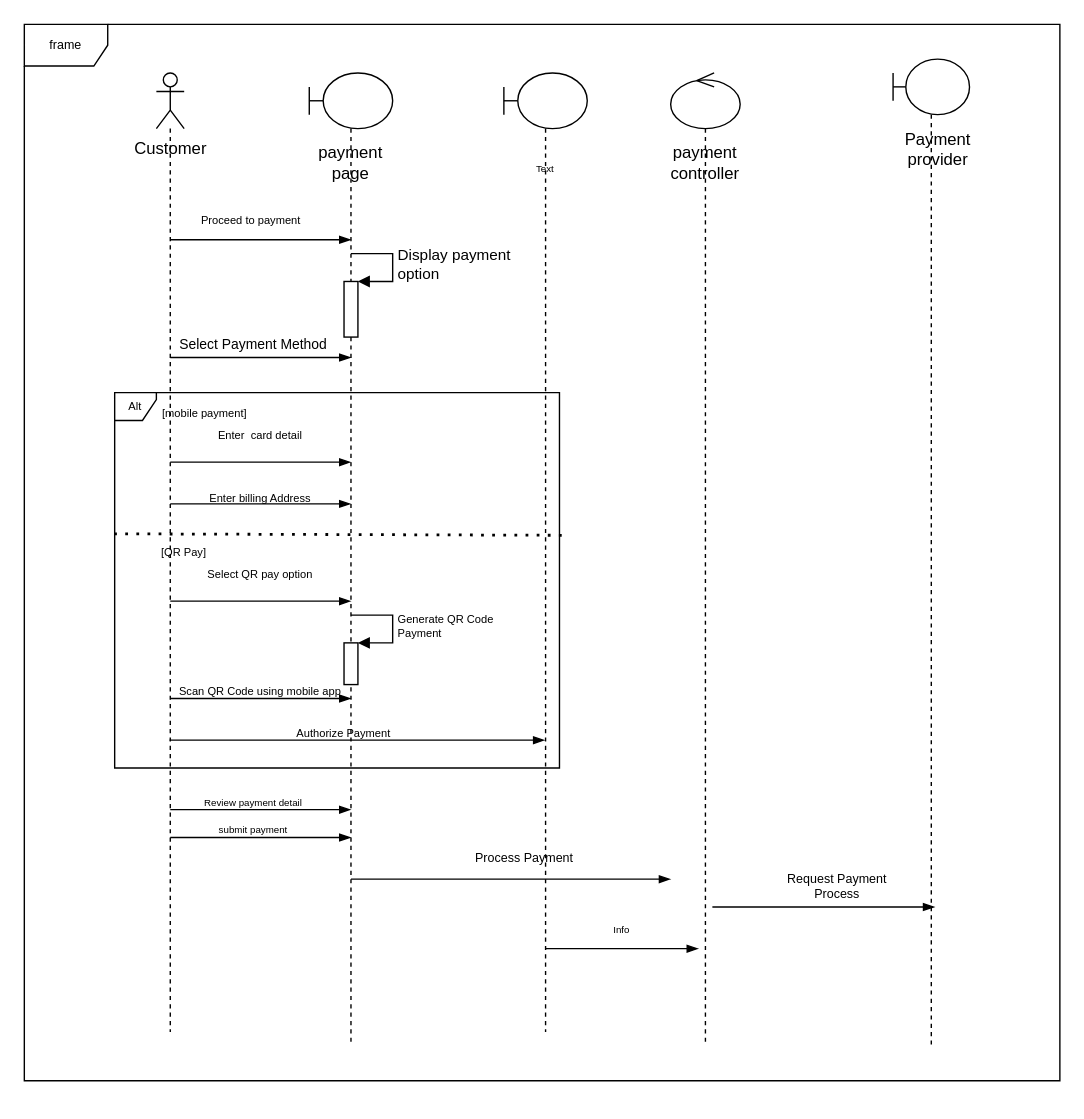
The draw.io diagram project/documentation/srs/sec02/beta/UML Diagram/uc07.drawio in drshahizan/software-engineering, before the edit. Source tidied: cells renumbered, new cells numbered last; positions are measured from the earlier drawing's top-left corner, leaving out a move shared by most shapes. Both pictures are drawn from the tidied source at 139%, with x=0, y=0 at pixel (24, 24).
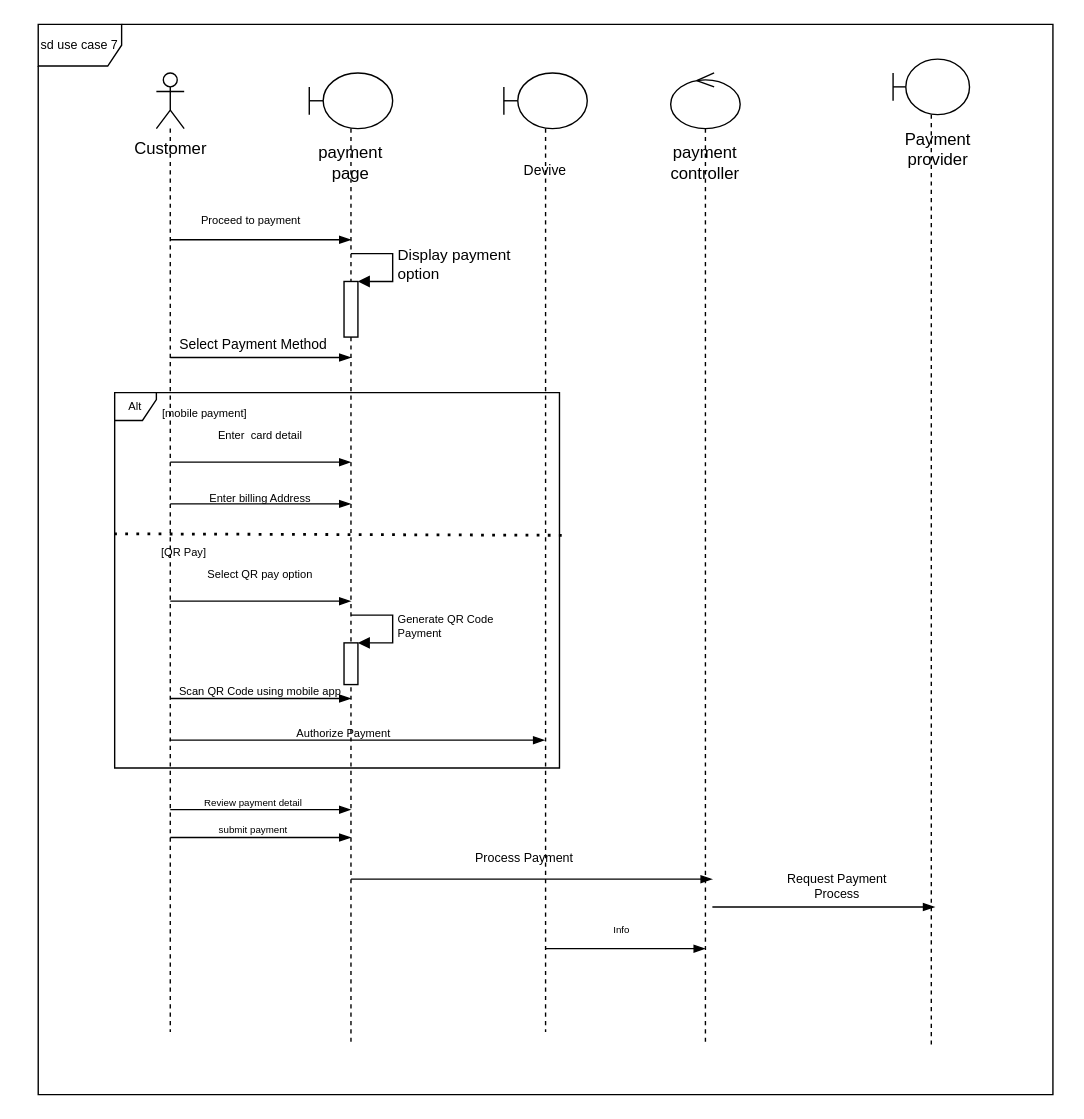
The same diagram, later.

Unchanged cells that the change refers to:
```xml
<mxCell id="37" style="shape=umlLifeline;participant=umlBoundary;perimeter=lifelinePerimeter;whiteSpace=wrap;html=1;verticalAlign=top;spacingTop=36;outlineConnect=0;fontSize=7;" parent="1" vertex="1">
  <mxGeometry x="345" y="35" width="60" height="690" as="geometry" />
</mxCell>
```

What changed in the source:
```diff
@@
     <mxCell id="36" style="edgeStyle=elbowEdgeStyle;fontSize=12;html=1;endArrow=blockThin;endFill=1;" parent="1" edge="1">
       <mxGeometry relative="1" as="geometry">
         <mxPoint x="235" y="615" as="sourcePoint" />
-        <mxPoint x="465" y="615" as="targetPoint" />
+        <mxPoint x="495" y="615" as="targetPoint" />
       </mxGeometry>
     </mxCell>
@@
-    <mxCell id="38" value="Text" style="text;html=1;strokeColor=none;fillColor=none;align=center;verticalAlign=middle;whiteSpace=wrap;rounded=0;fontSize=7;" parent="37" vertex="1">
+    <mxCell id="38" value="&lt;font style=&quot;font-size: 10px;&quot;&gt;Devive&lt;/font&gt;" style="text;html=1;strokeColor=none;fillColor=none;align=center;verticalAlign=middle;whiteSpace=wrap;rounded=0;fontSize=7;" parent="37" vertex="1">
       <mxGeometry y="55" width="60" height="30" as="geometry" />
     </mxCell>
@@
     <mxCell id="40" style="edgeStyle=elbowEdgeStyle;fontSize=12;html=1;endArrow=blockThin;endFill=1;" parent="1" edge="1">
       <mxGeometry relative="1" as="geometry">
         <mxPoint x="375" y="665" as="sourcePoint" />
-        <mxPoint x="485" y="665" as="targetPoint" />
+        <mxPoint x="490" y="665" as="targetPoint" />
       </mxGeometry>
     </mxCell>
@@
-    <mxCell id="44" value="frame" style="shape=umlFrame;whiteSpace=wrap;html=1;fontSize=9;" parent="1" vertex="1">
-      <mxGeometry width="745" height="760" as="geometry" />
+    <mxCell id="44" value="sd use case 7" style="shape=umlFrame;whiteSpace=wrap;html=1;fontSize=9;" parent="1" vertex="1">
+      <mxGeometry x="10" width="730" height="770" as="geometry" />
     </mxCell>
```
